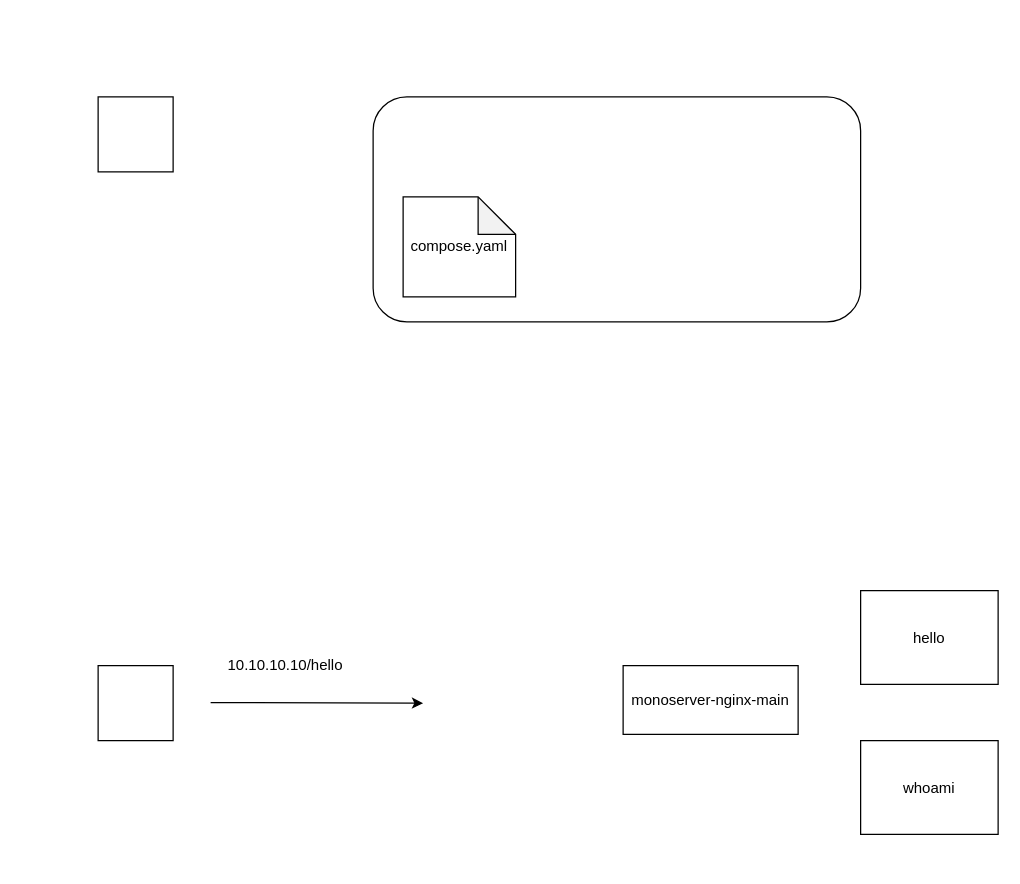
Earlier version of the draw.io diagram images/architecture.drawio (kimkun07/monoserver). Source tidied: cells renumbered, new cells numbered last; positions are measured from the earlier drawing's top-left corner, leaving out a move shared by most shapes. Both pictures are drawn from the tidied source at 125%, with x=0, y=0 at pixel (98, 96). Pictures stored in the file or linked from it are replaced by grey dashed boxes.
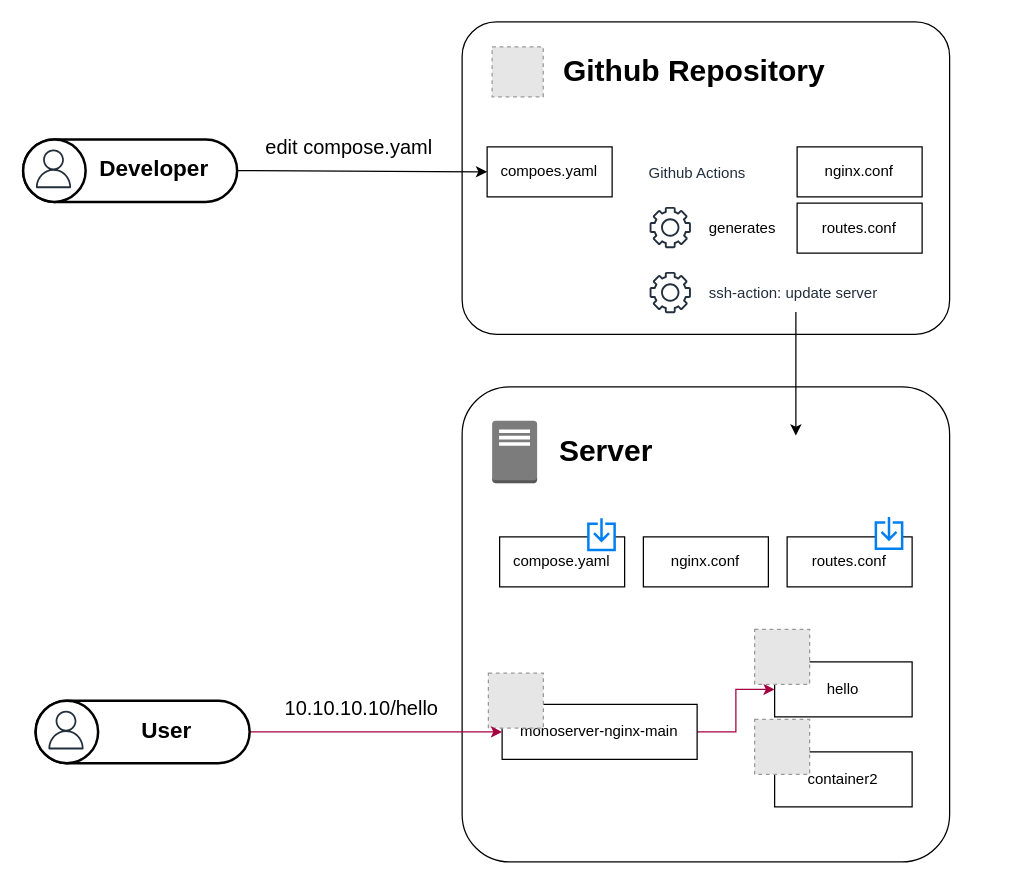
Above is the later version.

What changed in the source:
```diff
@@
-    <mxCell id="2" style="whiteSpace=wrap;html=1;" parent="1" vertex="1">
-      <mxGeometry width="60" height="60" as="geometry" />
-    </mxCell>
+    <mxCell id="11" style="rounded=1;whiteSpace=wrap;html=1;arcSize=10;" parent="1" vertex="1">
+      <mxGeometry x="291.2" y="232" width="390" height="380" as="geometry" />
+    </mxCell>
-    <mxCell id="3" style="rounded=1;whiteSpace=wrap;html=1;" parent="1" vertex="1">
-      <mxGeometry x="220" width="390" height="180" as="geometry" />
+    <mxCell id="3" style="rounded=1;whiteSpace=wrap;html=1;arcSize=11;" parent="1" vertex="1">
+      <mxGeometry x="291.2" y="-60" width="390" height="250" as="geometry" />
     </mxCell>
+    <mxCell id="8" value="hello" style="rounded=0;whiteSpace=wrap;html=1;" parent="1" vertex="1">
+      <mxGeometry x="541.2" y="452" width="110" height="44" as="geometry" />
+    </mxCell>
+    <mxCell id="12" style="edgeStyle=orthogonalEdgeStyle;rounded=0;jettySize=auto;html=1;exitX=1;exitY=0.5;exitDx=0;exitDy=0;entryX=0;entryY=0.5;entryDx=0;entryDy=0;fillColor=#d80073;strokeColor=#A50040;" parent="1" edge="1" source="9" target="8">
+      <mxGeometry relative="1" as="geometry" />
+    </mxCell>
+    <mxCell id="9" value="monoserver-nginx-main" style="rounded=0;whiteSpace=wrap;html=1;" parent="1" vertex="1">
+      <mxGeometry x="323.2" y="486" width="156" height="44" as="geometry" />
+    </mxCell>
+    <mxCell id="13" style="fillColor=#E6E6E6;strokeColor=#999999;dashed=1;verticalLabelPosition=bottom;labelBackgroundColor=default;verticalAlign=top;" parent="1" vertex="1">
+      <mxGeometry x="315.2" y="-40" width="40.9" height="40" as="geometry" />
+    </mxCell>
+    <mxCell id="14" style="sketch=0;fontColor=#232F3E;gradientColor=none;fillColor=light-dark(#232F3D,#FF9933);strokeColor=none;dashed=0;verticalLabelPosition=bottom;verticalAlign=top;align=center;html=1;fontSize=12;fontStyle=0;shape=mxgraph.aws4.gear;" parent="1" vertex="1">
+      <mxGeometry x="441.2" y="88" width="33" height="33" as="geometry" />
+    </mxCell>
+    <mxCell id="15" style="dashed=0;verticalLabelPosition=bottom;verticalAlign=top;align=center;html=1;shape=mxgraph.aws3.traditional_server;fillColor=#7D7C7C;gradientColor=none;" parent="1" vertex="1">
+      <mxGeometry x="315.2" y="259" width="36" height="50" as="geometry" />
+    </mxCell>
+    <mxCell id="16" value="Server" style="text;html=1;whiteSpace=wrap;strokeColor=none;fillColor=none;align=center;verticalAlign=middle;rounded=0;fontSize=24;fontStyle=1;" parent="1" vertex="1">
+      <mxGeometry x="362.1" y="269" width="89.1" height="30" as="geometry" />
+    </mxCell>
+    <mxCell id="17" value="generates" style="text;html=1;whiteSpace=wrap;strokeColor=none;fillColor=none;align=left;verticalAlign=middle;rounded=0;fontColor=light-dark(#000000,#FF9933);" parent="1" vertex="1">
+      <mxGeometry x="487.2" y="90" width="60" height="30" as="geometry" />
+    </mxCell>
+    <mxCell id="18" value="&lt;span style=&quot;font-size: 24px; font-weight: 700;&quot;&gt;Github Repository&lt;/span&gt;" style="text;html=1;whiteSpace=wrap;strokeColor=none;fillColor=none;align=center;verticalAlign=middle;rounded=0;" parent="1" vertex="1">
+      <mxGeometry x="362.1" y="-35" width="230" height="30" as="geometry" />
+    </mxCell>
+    <mxCell id="19" value="nginx.conf" style="rounded=0;whiteSpace=wrap;html=1;" parent="1" vertex="1">
+      <mxGeometry x="559.2" y="40" width="100" height="40" as="geometry" />
+    </mxCell>
+    <mxCell id="20" value="routes.conf" style="rounded=0;whiteSpace=wrap;html=1;strokeColor=light-dark(#000000,#FF9933);" parent="1" vertex="1">
+      <mxGeometry x="559.2" y="85" width="100" height="40" as="geometry" />
+    </mxCell>
+    <mxCell id="21" value="ssh-action: update server" style="text;html=1;whiteSpace=wrap;strokeColor=none;fillColor=none;align=left;verticalAlign=middle;rounded=0;fontColor=light-dark(#232F3D,#FF9933);" parent="1" vertex="1">
+      <mxGeometry x="487.2" y="142" width="156" height="30" as="geometry" />
+    </mxCell>
+    <mxCell id="22" value="nginx.conf" style="rounded=0;whiteSpace=wrap;html=1;" parent="1" vertex="1">
+      <mxGeometry x="436.2" y="352" width="100" height="40" as="geometry" />
+    </mxCell>
+    <mxCell id="23" value="routes.conf" style="rounded=0;whiteSpace=wrap;html=1;" parent="1" vertex="1">
+      <mxGeometry x="551.2" y="352" width="100" height="40" as="geometry" />
+    </mxCell>
+    <mxCell id="24" style="fillColor=#E6E6E6;strokeColor=#999999;dashed=1;html=1;verticalAlign=top;verticalLabelPosition=bottom;labelBackgroundColor=#ffffff;" parent="1" vertex="1">
+      <mxGeometry x="525.2" y="426" width="44" height="44" as="geometry" />
+    </mxCell>
+    <mxCell id="25" value="edit compose.yaml" style="text;html=1;whiteSpace=wrap;strokeColor=none;fillColor=none;align=center;verticalAlign=middle;rounded=0;fontSize=16;" parent="1" vertex="1">
+      <mxGeometry x="111.2" y="20" width="180" height="40" as="geometry" />
+    </mxCell>
+    <mxCell id="26" value="compoes.yaml" style="rounded=0;whiteSpace=wrap;html=1;" parent="1" vertex="1">
+      <mxGeometry x="311.2" y="40" width="100" height="40" as="geometry" />
+    </mxCell>
+    <mxCell id="27" style="endArrow=classic;html=1;rounded=0;entryX=0;entryY=0.5;entryDx=0;entryDy=0;exitX=1;exitY=0.5;exitDx=0;exitDy=0;" parent="1" edge="1" source="28" target="26">
+      <mxGeometry relative="1" as="geometry" />
+    </mxCell>
+    <mxCell id="28" style="rounded=1;whiteSpace=wrap;html=1;strokeWidth=2;arcSize=50;fontSize=27;fontStyle=1;align=center;" parent="1" vertex="1">
+      <mxGeometry x="-60" y="34" width="171.2" height="50" as="geometry" />
+    </mxCell>
+    <mxCell id="29" style="ellipse;whiteSpace=wrap;html=1;strokeWidth=2;" parent="1" vertex="1">
+      <mxGeometry x="-60" y="34" width="50" height="50" as="geometry" />
+    </mxCell>
+    <mxCell id="30" style="sketch=0;fontColor=#232F3E;gradientColor=none;fillColor=light-dark(#232F3D,#FFFFFF);strokeColor=none;dashed=0;verticalLabelPosition=bottom;verticalAlign=top;align=center;html=1;fontSize=12;fontStyle=0;shape=mxgraph.aws4.user;strokeWidth=1;" parent="1" vertex="1">
+      <mxGeometry x="-51.2" y="42" width="31" height="31" as="geometry" />
+    </mxCell>
+    <mxCell id="31" value="&lt;span style=&quot;font-size: 18px; font-weight: 700;&quot;&gt;Developer&lt;/span&gt;" style="text;html=1;whiteSpace=wrap;strokeColor=none;fillColor=none;align=center;verticalAlign=middle;rounded=0;" parent="1" vertex="1">
+      <mxGeometry x="-4.8" y="37.5" width="100" height="40" as="geometry" />
+    </mxCell>
-    <mxCell id="4" value="compose.yaml" style="shape=note;whiteSpace=wrap;html=1;backgroundOutline=1;darkOpacity=0.05;" parent="1" vertex="1">
-      <mxGeometry x="244" y="80" width="90" height="80" as="geometry" />
+    <mxCell id="4" value="compose.yaml" style="rounded=0;whiteSpace=wrap;html=1;" parent="1" vertex="1">
+      <mxGeometry x="321.2" y="352" width="100" height="40" as="geometry" />
     </mxCell>
-    <mxCell id="5" style="whiteSpace=wrap;html=1;" parent="1" vertex="1">
-      <mxGeometry y="455" width="60" height="60" as="geometry" />
-    </mxCell>
-    <mxCell id="6" style="endArrow=classic;html=1;rounded=0;" parent="1" edge="1">
-      <mxGeometry relative="1" as="geometry">
-        <mxPoint x="90" y="484.5" as="sourcePoint" />
-        <mxPoint x="260" y="485" as="targetPoint" />
-      </mxGeometry>
-    </mxCell>
+    <mxCell id="32" style="html=1;verticalLabelPosition=bottom;align=center;labelBackgroundColor=#ffffff;verticalAlign=top;strokeWidth=2;strokeColor=#0080F0;shadow=0;dashed=0;shape=mxgraph.ios7.icons.down;" parent="1" vertex="1">
+      <mxGeometry x="392.2" y="337" width="21" height="25.5" as="geometry" />
+    </mxCell>
+    <mxCell id="33" style="html=1;verticalLabelPosition=bottom;align=center;labelBackgroundColor=#ffffff;verticalAlign=top;strokeWidth=2;strokeColor=#0080F0;shadow=0;dashed=0;shape=mxgraph.ios7.icons.down;" parent="1" vertex="1">
+      <mxGeometry x="622.2" y="336" width="21" height="25.5" as="geometry" />
+    </mxCell>
+    <mxCell id="34" value="container2" style="rounded=0;whiteSpace=wrap;html=1;" parent="1" vertex="1">
+      <mxGeometry x="541.2" y="524" width="110" height="44" as="geometry" />
+    </mxCell>
+    <mxCell id="35" style="fillColor=#E6E6E6;strokeColor=#999999;dashed=1;html=1;verticalAlign=top;verticalLabelPosition=bottom;labelBackgroundColor=#ffffff;" parent="1" vertex="1">
+      <mxGeometry x="525.2" y="498" width="44" height="44" as="geometry" />
+    </mxCell>
+    <mxCell id="36" style="fillColor=#E6E6E6;strokeColor=#999999;dashed=1;html=1;verticalAlign=top;verticalLabelPosition=bottom;labelBackgroundColor=#ffffff;" parent="1" vertex="1">
+      <mxGeometry x="312.2" y="461" width="44" height="44" as="geometry" />
+    </mxCell>
+    <mxCell id="37" style="sketch=0;fontColor=#232F3E;gradientColor=none;fillColor=light-dark(#232F3D,#FF9933);strokeColor=none;dashed=0;verticalLabelPosition=bottom;verticalAlign=top;align=center;html=1;fontSize=12;fontStyle=0;shape=mxgraph.aws4.gear;" parent="1" vertex="1">
+      <mxGeometry x="441.2" y="140" width="33" height="33" as="geometry" />
+    </mxCell>
-    <mxCell id="7" value="10.10.10.10/hello" style="text;html=1;whiteSpace=wrap;strokeColor=none;fillColor=none;align=center;verticalAlign=middle;rounded=0;" parent="1" vertex="1">
-      <mxGeometry x="70" y="430" width="160" height="50" as="geometry" />
+    <mxCell id="7" value="10.10.10.10/hello" style="text;html=1;whiteSpace=wrap;strokeColor=none;fillColor=none;align=center;verticalAlign=middle;rounded=0;fontSize=16;" parent="1" vertex="1">
+      <mxGeometry x="121.2" y="469" width="180" height="40" as="geometry" />
     </mxCell>
-    <mxCell id="8" value="hello" style="rounded=0;whiteSpace=wrap;html=1;" parent="1" vertex="1">
-      <mxGeometry x="610" y="395" width="110" height="75" as="geometry" />
-    </mxCell>
-    <mxCell id="9" value="monoserver-nginx-main" style="rounded=0;whiteSpace=wrap;html=1;" parent="1" vertex="1">
-      <mxGeometry x="420" y="455" width="140" height="55" as="geometry" />
-    </mxCell>
-    <mxCell id="10" value="whoami" style="rounded=0;whiteSpace=wrap;html=1;" parent="1" vertex="1">
-      <mxGeometry x="610" y="515" width="110" height="75" as="geometry" />
-    </mxCell>
+    <mxCell id="38" style="endArrow=classic;html=1;rounded=0;entryX=0;entryY=0.5;entryDx=0;entryDy=0;exitX=1;exitY=0.5;exitDx=0;exitDy=0;fillColor=#d80073;strokeColor=#A50040;" parent="1" edge="1" source="39" target="9">
+      <mxGeometry relative="1" as="geometry" />
+    </mxCell>
+    <mxCell id="39" style="rounded=1;whiteSpace=wrap;html=1;strokeWidth=2;arcSize=50;fontSize=27;fontStyle=1;align=center;" parent="1" vertex="1">
+      <mxGeometry x="-50" y="483" width="171.2" height="50" as="geometry" />
+    </mxCell>
+    <mxCell id="40" style="ellipse;whiteSpace=wrap;html=1;strokeWidth=2;" parent="1" vertex="1">
+      <mxGeometry x="-50" y="483" width="50" height="50" as="geometry" />
+    </mxCell>
+    <mxCell id="41" style="sketch=0;fontColor=#232F3E;gradientColor=none;fillColor=light-dark(#232F3D,#FFFFFF);strokeColor=none;dashed=0;verticalLabelPosition=bottom;verticalAlign=top;align=center;html=1;fontSize=12;fontStyle=0;shape=mxgraph.aws4.user;strokeWidth=1;" parent="1" vertex="1">
+      <mxGeometry x="-41.2" y="491" width="31" height="31" as="geometry" />
+    </mxCell>
+    <mxCell id="42" value="&lt;span style=&quot;font-size: 18px; font-weight: 700;&quot;&gt;User&lt;/span&gt;" style="text;html=1;whiteSpace=wrap;strokeColor=none;fillColor=none;align=center;verticalAlign=middle;rounded=0;" parent="1" vertex="1">
+      <mxGeometry x="5.2" y="486.5" width="100" height="40" as="geometry" />
+    </mxCell>
+    <mxCell id="43" value="Github Actions" style="text;html=1;whiteSpace=wrap;strokeColor=none;fillColor=none;align=center;verticalAlign=middle;rounded=0;fontColor=light-dark(#232F3D,#FF9933);" parent="1" vertex="1">
+      <mxGeometry x="432.2" y="46" width="95" height="30" as="geometry" />
+    </mxCell>
+    <mxCell id="44" style="edgeStyle=orthogonalEdgeStyle;rounded=0;orthogonalLoop=1;jettySize=auto;html=1;exitX=0.5;exitY=1;exitDx=0;exitDy=0;strokeColor=light-dark(#000000,#FF9933);" parent="1" edge="1">
+      <mxGeometry relative="1" as="geometry">
+        <mxPoint x="558.2" y="172" as="sourcePoint" />
+        <mxPoint x="558.2" y="271" as="targetPoint" />
+      </mxGeometry>
+    </mxCell>
```
